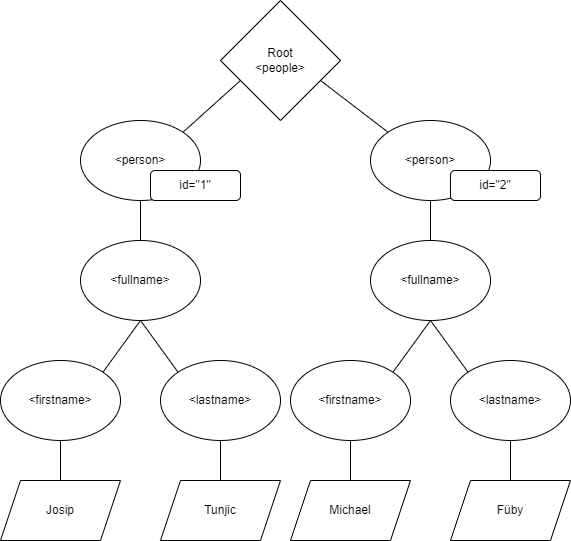
The draw.io diagram images/xml-structure-sample.png in JTu2001/SemantischeTechnologien_BIT21_Tunjic_Fueby, before a commit. Source tidied: cells renumbered, new cells last; positions are measured from the earlier drawing's top-left corner, leaving out a move shared by most shapes.
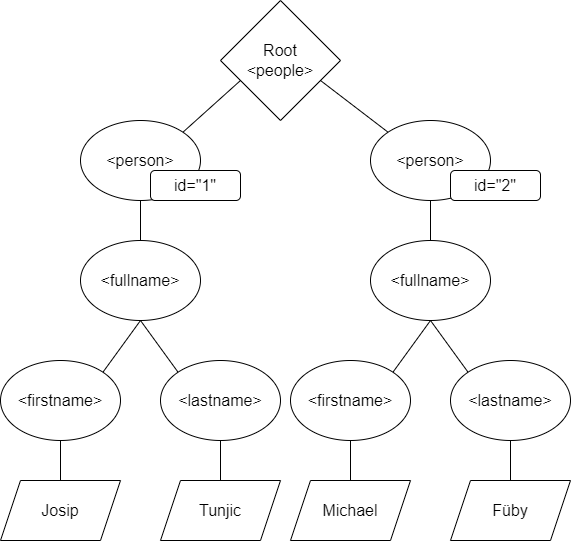
The same diagram one commit later.

Change to the diagram source:
```diff
@@ -2,89 +2,89 @@
   <root>
     <mxCell id="0" />
     <mxCell id="1" parent="0" />
-    <mxCell id="2" style="rounded=0;jettySize=auto;html=1;exitX=0.25;exitY=1;exitDx=0;exitDy=0;entryX=1;entryY=0;entryDx=0;entryDy=0;endArrow=none;endFill=0;" parent="1" edge="1" target="5">
+    <mxCell id="2" style="rounded=0;jettySize=auto;html=1;exitX=0.25;exitY=1;exitDx=0;exitDy=0;entryX=1;entryY=0;entryDx=0;entryDy=0;endArrow=none;endFill=0;fontSize=16;" parent="1" edge="1" target="5">
       <mxGeometry relative="1" as="geometry">
         <mxPoint x="240" y="80" as="sourcePoint" />
       </mxGeometry>
     </mxCell>
-    <mxCell id="3" style="edgeStyle=none;rounded=0;jettySize=auto;html=1;exitX=0.75;exitY=1;exitDx=0;exitDy=0;entryX=0;entryY=0;entryDx=0;entryDy=0;endArrow=none;endFill=0;" parent="1" edge="1" target="7">
+    <mxCell id="3" style="edgeStyle=none;rounded=0;jettySize=auto;html=1;exitX=0.75;exitY=1;exitDx=0;exitDy=0;entryX=0;entryY=0;entryDx=0;entryDy=0;endArrow=none;endFill=0;fontSize=16;" parent="1" edge="1" target="7">
       <mxGeometry relative="1" as="geometry">
         <mxPoint x="320" y="80" as="sourcePoint" />
       </mxGeometry>
     </mxCell>
-    <mxCell id="4" style="edgeStyle=none;rounded=0;jettySize=auto;html=1;exitX=0.5;exitY=1;exitDx=0;exitDy=0;entryX=0.5;entryY=0;entryDx=0;entryDy=0;endArrow=none;endFill=0;" parent="1" edge="1" source="5" target="8">
+    <mxCell id="4" style="edgeStyle=none;rounded=0;jettySize=auto;html=1;exitX=0.5;exitY=1;exitDx=0;exitDy=0;entryX=0.5;entryY=0;entryDx=0;entryDy=0;endArrow=none;endFill=0;fontSize=16;" parent="1" edge="1" source="5" target="8">
       <mxGeometry relative="1" as="geometry" />
     </mxCell>
-    <mxCell id="5" value="&amp;lt;person&amp;gt;" style="ellipse;whiteSpace=wrap;html=1;" parent="1" vertex="1">
+    <mxCell id="5" value="&amp;lt;person&amp;gt;" style="ellipse;whiteSpace=wrap;html=1;fontSize=16;" parent="1" vertex="1">
       <mxGeometry x="80" y="120" width="120" height="80" as="geometry" />
     </mxCell>
-    <mxCell id="6" style="edgeStyle=none;rounded=0;jettySize=auto;html=1;exitX=0.5;exitY=1;exitDx=0;exitDy=0;entryX=0.5;entryY=0;entryDx=0;entryDy=0;endArrow=none;endFill=0;" parent="1" edge="1" source="7" target="9">
+    <mxCell id="6" style="edgeStyle=none;rounded=0;jettySize=auto;html=1;exitX=0.5;exitY=1;exitDx=0;exitDy=0;entryX=0.5;entryY=0;entryDx=0;entryDy=0;endArrow=none;endFill=0;fontSize=16;" parent="1" edge="1" source="7" target="9">
       <mxGeometry relative="1" as="geometry" />
     </mxCell>
-    <mxCell id="7" value="&amp;lt;person&amp;gt;" style="ellipse;whiteSpace=wrap;html=1;" parent="1" vertex="1">
+    <mxCell id="7" value="&amp;lt;person&amp;gt;" style="ellipse;whiteSpace=wrap;html=1;fontSize=16;" parent="1" vertex="1">
       <mxGeometry x="370" y="120" width="120" height="80" as="geometry" />
     </mxCell>
-    <mxCell id="8" value="&amp;lt;fullname&amp;gt;" style="ellipse;whiteSpace=wrap;html=1;" parent="1" vertex="1">
+    <mxCell id="8" value="&amp;lt;fullname&amp;gt;" style="ellipse;whiteSpace=wrap;html=1;fontSize=16;" parent="1" vertex="1">
       <mxGeometry x="80" y="240" width="120" height="80" as="geometry" />
     </mxCell>
-    <mxCell id="9" value="&amp;lt;fullname&amp;gt;" style="ellipse;whiteSpace=wrap;html=1;" parent="1" vertex="1">
+    <mxCell id="9" value="&amp;lt;fullname&amp;gt;" style="ellipse;whiteSpace=wrap;html=1;fontSize=16;" parent="1" vertex="1">
       <mxGeometry x="370" y="240" width="120" height="80" as="geometry" />
     </mxCell>
-    <mxCell id="10" style="edgeStyle=none;rounded=0;jettySize=auto;html=1;exitX=1;exitY=0;exitDx=0;exitDy=0;entryX=0.5;entryY=1;entryDx=0;entryDy=0;endArrow=none;endFill=0;" parent="1" edge="1" source="12" target="8">
+    <mxCell id="10" style="edgeStyle=none;rounded=0;jettySize=auto;html=1;exitX=1;exitY=0;exitDx=0;exitDy=0;entryX=0.5;entryY=1;entryDx=0;entryDy=0;endArrow=none;endFill=0;fontSize=16;" parent="1" edge="1" source="12" target="8">
       <mxGeometry relative="1" as="geometry" />
     </mxCell>
-    <mxCell id="11" style="edgeStyle=none;rounded=0;jettySize=auto;html=1;exitX=0.5;exitY=1;exitDx=0;exitDy=0;entryX=0.5;entryY=0;entryDx=0;entryDy=0;endArrow=none;endFill=0;" parent="1" edge="1" source="12" target="23">
+    <mxCell id="11" style="edgeStyle=none;rounded=0;jettySize=auto;html=1;exitX=0.5;exitY=1;exitDx=0;exitDy=0;entryX=0.5;entryY=0;entryDx=0;entryDy=0;endArrow=none;endFill=0;fontSize=16;" parent="1" edge="1" source="12" target="23">
       <mxGeometry relative="1" as="geometry" />
     </mxCell>
-    <mxCell id="12" value="&amp;lt;firstname&amp;gt;" style="ellipse;whiteSpace=wrap;html=1;" parent="1" vertex="1">
+    <mxCell id="12" value="&amp;lt;firstname&amp;gt;" style="ellipse;whiteSpace=wrap;html=1;fontSize=16;" parent="1" vertex="1">
       <mxGeometry y="360" width="120" height="80" as="geometry" />
     </mxCell>
-    <mxCell id="13" style="edgeStyle=none;rounded=0;jettySize=auto;html=1;exitX=0;exitY=0;exitDx=0;exitDy=0;entryX=0.5;entryY=1;entryDx=0;entryDy=0;endArrow=none;endFill=0;" parent="1" edge="1" source="15" target="8">
+    <mxCell id="13" style="edgeStyle=none;rounded=0;jettySize=auto;html=1;exitX=0;exitY=0;exitDx=0;exitDy=0;entryX=0.5;entryY=1;entryDx=0;entryDy=0;endArrow=none;endFill=0;fontSize=16;" parent="1" edge="1" source="15" target="8">
       <mxGeometry relative="1" as="geometry" />
     </mxCell>
-    <mxCell id="14" style="edgeStyle=none;rounded=0;jettySize=auto;html=1;exitX=0.5;exitY=1;exitDx=0;exitDy=0;entryX=0.5;entryY=0;entryDx=0;entryDy=0;endArrow=none;endFill=0;" parent="1" edge="1" source="15" target="24">
+    <mxCell id="14" style="edgeStyle=none;rounded=0;jettySize=auto;html=1;exitX=0.5;exitY=1;exitDx=0;exitDy=0;entryX=0.5;entryY=0;entryDx=0;entryDy=0;endArrow=none;endFill=0;fontSize=16;" parent="1" edge="1" source="15" target="24">
       <mxGeometry relative="1" as="geometry" />
     </mxCell>
-    <mxCell id="15" value="&amp;lt;lastname&amp;gt;" style="ellipse;whiteSpace=wrap;html=1;" parent="1" vertex="1">
+    <mxCell id="15" value="&amp;lt;lastname&amp;gt;" style="ellipse;whiteSpace=wrap;html=1;fontSize=16;" parent="1" vertex="1">
       <mxGeometry x="160" y="360" width="120" height="80" as="geometry" />
     </mxCell>
-    <mxCell id="16" style="edgeStyle=none;rounded=0;jettySize=auto;html=1;exitX=1;exitY=0;exitDx=0;exitDy=0;entryX=0.5;entryY=1;entryDx=0;entryDy=0;endArrow=none;endFill=0;" parent="1" edge="1" source="18" target="9">
+    <mxCell id="16" style="edgeStyle=none;rounded=0;jettySize=auto;html=1;exitX=1;exitY=0;exitDx=0;exitDy=0;entryX=0.5;entryY=1;entryDx=0;entryDy=0;endArrow=none;endFill=0;fontSize=16;" parent="1" edge="1" source="18" target="9">
       <mxGeometry relative="1" as="geometry" />
     </mxCell>
-    <mxCell id="17" style="edgeStyle=none;rounded=0;jettySize=auto;html=1;exitX=0.5;exitY=1;exitDx=0;exitDy=0;entryX=0.5;entryY=0;entryDx=0;entryDy=0;endArrow=none;endFill=0;" parent="1" edge="1" source="18" target="25">
+    <mxCell id="17" style="edgeStyle=none;rounded=0;jettySize=auto;html=1;exitX=0.5;exitY=1;exitDx=0;exitDy=0;entryX=0.5;entryY=0;entryDx=0;entryDy=0;endArrow=none;endFill=0;fontSize=16;" parent="1" edge="1" source="18" target="25">
       <mxGeometry relative="1" as="geometry" />
     </mxCell>
-    <mxCell id="18" value="&amp;lt;firstname&amp;gt;" style="ellipse;whiteSpace=wrap;html=1;" parent="1" vertex="1">
+    <mxCell id="18" value="&amp;lt;firstname&amp;gt;" style="ellipse;whiteSpace=wrap;html=1;fontSize=16;" parent="1" vertex="1">
       <mxGeometry x="290" y="360" width="120" height="80" as="geometry" />
     </mxCell>
-    <mxCell id="19" style="edgeStyle=none;rounded=0;jettySize=auto;html=1;exitX=0;exitY=0;exitDx=0;exitDy=0;entryX=0.5;entryY=1;entryDx=0;entryDy=0;endArrow=none;endFill=0;" parent="1" edge="1" source="21" target="9">
+    <mxCell id="19" style="edgeStyle=none;rounded=0;jettySize=auto;html=1;exitX=0;exitY=0;exitDx=0;exitDy=0;entryX=0.5;entryY=1;entryDx=0;entryDy=0;endArrow=none;endFill=0;fontSize=16;" parent="1" edge="1" source="21" target="9">
       <mxGeometry relative="1" as="geometry" />
     </mxCell>
-    <mxCell id="20" style="edgeStyle=none;rounded=0;jettySize=auto;html=1;exitX=0.5;exitY=1;exitDx=0;exitDy=0;entryX=0.5;entryY=0;entryDx=0;entryDy=0;endArrow=none;endFill=0;" parent="1" edge="1" source="21" target="26">
+    <mxCell id="20" style="edgeStyle=none;rounded=0;jettySize=auto;html=1;exitX=0.5;exitY=1;exitDx=0;exitDy=0;entryX=0.5;entryY=0;entryDx=0;entryDy=0;endArrow=none;endFill=0;fontSize=16;" parent="1" edge="1" source="21" target="26">
       <mxGeometry relative="1" as="geometry" />
     </mxCell>
-    <mxCell id="21" value="&amp;lt;lastname&amp;gt;" style="ellipse;whiteSpace=wrap;html=1;" parent="1" vertex="1">
+    <mxCell id="21" value="&amp;lt;lastname&amp;gt;" style="ellipse;whiteSpace=wrap;html=1;fontSize=16;" parent="1" vertex="1">
       <mxGeometry x="450" y="360" width="120" height="80" as="geometry" />
     </mxCell>
-    <mxCell id="22" value="Root&lt;br&gt;&amp;lt;people&amp;gt;" style="rhombus;whiteSpace=wrap;html=1;rounded=0;" parent="1" vertex="1">
+    <mxCell id="22" value="Root&lt;br style=&quot;font-size: 16px;&quot;&gt;&amp;lt;people&amp;gt;" style="rhombus;whiteSpace=wrap;html=1;rounded=0;fontSize=16;" parent="1" vertex="1">
       <mxGeometry x="220" width="120" height="120" as="geometry" />
     </mxCell>
-    <mxCell id="23" value="Josip" style="shape=parallelogram;perimeter=parallelogramPerimeter;whiteSpace=wrap;html=1;fixedSize=1;rounded=0;" parent="1" vertex="1">
+    <mxCell id="23" value="Josip" style="shape=parallelogram;perimeter=parallelogramPerimeter;whiteSpace=wrap;html=1;fixedSize=1;rounded=0;fontSize=16;" parent="1" vertex="1">
       <mxGeometry y="480" width="120" height="60" as="geometry" />
     </mxCell>
-    <mxCell id="24" value="Tunjic" style="shape=parallelogram;perimeter=parallelogramPerimeter;whiteSpace=wrap;html=1;fixedSize=1;rounded=0;" parent="1" vertex="1">
+    <mxCell id="24" value="Tunjic" style="shape=parallelogram;perimeter=parallelogramPerimeter;whiteSpace=wrap;html=1;fixedSize=1;rounded=0;fontSize=16;" parent="1" vertex="1">
       <mxGeometry x="160" y="480" width="120" height="60" as="geometry" />
     </mxCell>
-    <mxCell id="25" value="Michael" style="shape=parallelogram;perimeter=parallelogramPerimeter;whiteSpace=wrap;html=1;fixedSize=1;rounded=0;" parent="1" vertex="1">
+    <mxCell id="25" value="Michael" style="shape=parallelogram;perimeter=parallelogramPerimeter;whiteSpace=wrap;html=1;fixedSize=1;rounded=0;fontSize=16;" parent="1" vertex="1">
       <mxGeometry x="290" y="480" width="120" height="60" as="geometry" />
     </mxCell>
-    <mxCell id="26" value="Füby" style="shape=parallelogram;perimeter=parallelogramPerimeter;whiteSpace=wrap;html=1;fixedSize=1;rounded=0;" parent="1" vertex="1">
+    <mxCell id="26" value="Füby" style="shape=parallelogram;perimeter=parallelogramPerimeter;whiteSpace=wrap;html=1;fixedSize=1;rounded=0;fontSize=16;" parent="1" vertex="1">
       <mxGeometry x="450" y="480" width="120" height="60" as="geometry" />
     </mxCell>
-    <mxCell id="27" value="id=&quot;1&quot;" style="rounded=1;whiteSpace=wrap;html=1;" parent="1" vertex="1">
+    <mxCell id="27" value="id=&quot;1&quot;" style="rounded=1;whiteSpace=wrap;html=1;fontSize=16;" parent="1" vertex="1">
       <mxGeometry x="150" y="170" width="90" height="30" as="geometry" />
     </mxCell>
-    <mxCell id="28" value="id=&quot;2&quot;" style="rounded=1;whiteSpace=wrap;html=1;" parent="1" vertex="1">
+    <mxCell id="28" value="id=&quot;2&quot;" style="rounded=1;whiteSpace=wrap;html=1;fontSize=16;" parent="1" vertex="1">
       <mxGeometry x="450" y="170" width="90" height="30" as="geometry" />
     </mxCell>
   </root>
```
